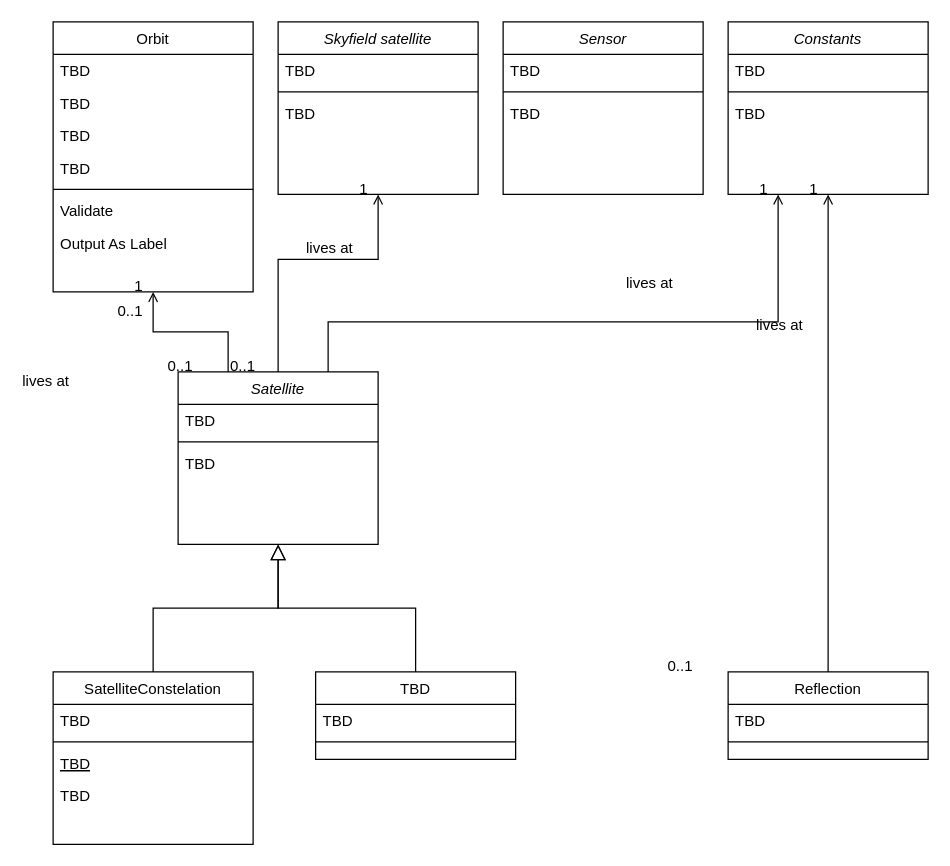
NTNU-SmallSat-Lab/GNSS_R_System_Simulator keeps this draw.io diagram as SoftwarArch.drawio. Above is the earlier version. Source tidied: cells renumbered, new cells numbered last; positions are measured from the earlier drawing's top-left corner, leaving out a move shared by most shapes. Both pictures are drawn from the tidied source at 125%, with x=0, y=0 at pixel (52, 21).
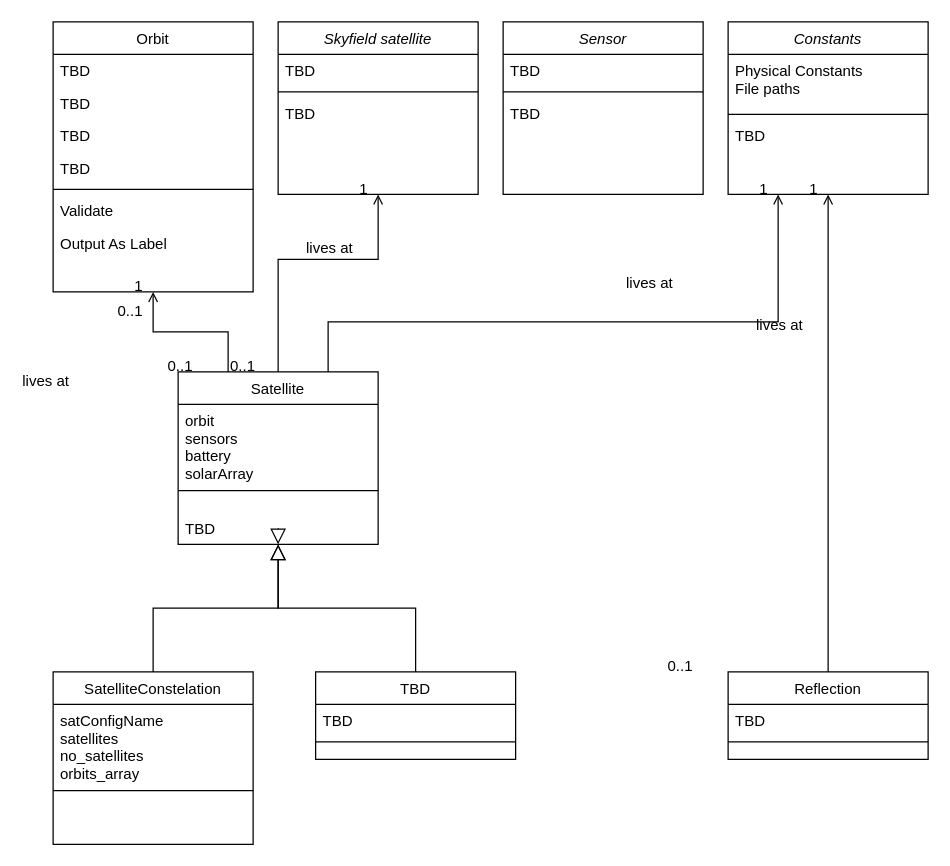
Above is the later version.

Unchanged cells that the change refers to:
```xml
<mxCell id="6" value="SatelliteConstelation" style="swimlane;fontStyle=0;align=center;verticalAlign=top;horizontal=1;startSize=26;rounded=0;shadow=0;strokeWidth=1;" parent="1" vertex="1">
  <mxGeometry y="520" width="160" height="138" as="geometry" />
</mxCell>
<mxCell id="12" value="TBD" style="swimlane;fontStyle=0;align=center;verticalAlign=top;horizontal=1;startSize=26;rounded=0;shadow=0;strokeWidth=1;" parent="1" vertex="1">
  <mxGeometry x="210" y="520" width="160" height="70" as="geometry" />
</mxCell>
<mxCell id="35" value="Constants" style="swimlane;fontStyle=2;align=center;verticalAlign=top;horizontal=1;startSize=26;rounded=0;shadow=0;strokeWidth=1;" parent="1" vertex="1">
  <mxGeometry x="540" width="160" height="138" as="geometry" />
</mxCell>
```

Change to the diagram source:
```diff
@@
-    <mxCell id="2" value="Satellite" style="swimlane;fontStyle=2;align=center;verticalAlign=top;horizontal=1;startSize=26;rounded=0;shadow=0;strokeWidth=1;" parent="1" vertex="1">
+    <mxCell id="2" value="Satellite" style="swimlane;fontStyle=0;align=center;verticalAlign=top;horizontal=1;startSize=26;rounded=0;shadow=0;strokeWidth=1;" parent="1" vertex="1">
       <mxGeometry x="100" y="280" width="160" height="138" as="geometry" />
     </mxCell>
-    <mxCell id="3" value="TBD" style="text;align=left;verticalAlign=top;spacingLeft=4;spacingRight=4;overflow=hidden;" parent="2" vertex="1">
-      <mxGeometry y="26" width="160" height="26" as="geometry" />
+    <mxCell id="3" value="orbit&#10;sensors&#10;battery&#10;solarArray" style="text;align=left;verticalAlign=top;spacingLeft=4;spacingRight=4;overflow=hidden;" parent="2" vertex="1">
+      <mxGeometry y="26" width="160" height="64" as="geometry" />
     </mxCell>
     <mxCell id="4" style="line;html=1;strokeWidth=1;align=left;verticalAlign=middle;spacingTop=-1;spacingLeft=3;spacingRight=3;labelPosition=right;" parent="2" vertex="1">
-      <mxGeometry y="52" width="160" height="8" as="geometry" />
+      <mxGeometry y="90" width="160" height="10" as="geometry" />
     </mxCell>
-    <mxCell id="5" value="TBD" style="text;align=left;verticalAlign=top;spacingLeft=4;spacingRight=4;overflow=hidden;points=[[0,0.5],[1,0.5]];portConstraint=eastwest;" parent="2" vertex="1">
-      <mxGeometry y="60" width="160" height="26" as="geometry" />
-    </mxCell>
@@
-    <mxCell id="7" value="TBD" style="text;align=left;verticalAlign=top;spacingLeft=4;spacingRight=4;overflow=hidden;rounded=0;shadow=0;html=0;" parent="6" vertex="1">
-      <mxGeometry y="26" width="160" height="26" as="geometry" />
+    <mxCell id="7" value="satConfigName&#10;satellites&#10;no_satellites&#10;orbits_array&#10;" style="text;align=left;verticalAlign=top;spacingLeft=4;spacingRight=4;overflow=hidden;rounded=0;shadow=0;html=0;" parent="6" vertex="1">
+      <mxGeometry y="26" width="160" height="64" as="geometry" />
     </mxCell>
     <mxCell id="8" style="line;html=1;strokeWidth=1;align=left;verticalAlign=middle;spacingTop=-1;spacingLeft=3;spacingRight=3;labelPosition=right;" parent="6" vertex="1">
-      <mxGeometry y="52" width="160" height="8" as="geometry" />
+      <mxGeometry y="90" width="160" height="10" as="geometry" />
     </mxCell>
-    <mxCell id="9" value="TBD" style="text;align=left;verticalAlign=top;spacingLeft=4;spacingRight=4;overflow=hidden;fontStyle=4;" parent="6" vertex="1">
-      <mxGeometry y="60" width="160" height="26" as="geometry" />
-    </mxCell>
-    <mxCell id="10" value="TBD" style="text;align=left;verticalAlign=top;spacingLeft=4;spacingRight=4;overflow=hidden;" parent="6" vertex="1">
-      <mxGeometry y="86" width="160" height="26" as="geometry" />
-    </mxCell>
@@
-    <mxCell id="15" style="endArrow=block;endSize=10;endFill=0;shadow=0;strokeWidth=1;rounded=0;curved=0;edgeStyle=elbowEdgeStyle;elbow=vertical;" parent="1" edge="1" source="12" target="2">
+    <mxCell id="15" style="endArrow=block;endSize=10;endFill=0;shadow=0;strokeWidth=1;rounded=0;curved=0;edgeStyle=elbowEdgeStyle;elbow=vertical;" parent="1" edge="1" source="5" target="2">
       <mxGeometry relative="1" as="geometry" />
     </mxCell>
@@
-    <mxCell id="36" value="TBD" style="text;align=left;verticalAlign=top;spacingLeft=4;spacingRight=4;overflow=hidden;" parent="35" vertex="1">
-      <mxGeometry y="26" width="160" height="26" as="geometry" />
+    <mxCell id="36" value="Physical Constants &#10;File paths" style="text;align=left;verticalAlign=top;spacingLeft=4;spacingRight=4;overflow=hidden;" parent="35" vertex="1">
+      <mxGeometry y="26" width="160" height="44" as="geometry" />
     </mxCell>
     <mxCell id="37" style="line;html=1;strokeWidth=1;align=left;verticalAlign=middle;spacingTop=-1;spacingLeft=3;spacingRight=3;labelPosition=right;" parent="35" vertex="1">
-      <mxGeometry y="52" width="160" height="8" as="geometry" />
+      <mxGeometry y="70" width="160" height="8" as="geometry" />
     </mxCell>
     <mxCell id="38" value="TBD" style="text;align=left;verticalAlign=top;spacingLeft=4;spacingRight=4;overflow=hidden;" parent="35" vertex="1">
-      <mxGeometry y="60" width="160" height="26" as="geometry" />
+      <mxGeometry y="78" width="160" height="26" as="geometry" />
     </mxCell>
@@
+    <mxCell id="55" style="endArrow=block;endSize=10;endFill=0;shadow=0;strokeWidth=1;rounded=0;curved=0;edgeStyle=elbowEdgeStyle;elbow=vertical;" parent="1" edge="1" source="12" target="5">
+      <mxGeometry relative="1" as="geometry" />
+    </mxCell>
+    <mxCell id="5" value="TBD" style="text;align=left;verticalAlign=top;spacingLeft=4;spacingRight=4;overflow=hidden;points=[[0,0.5],[1,0.5]];portConstraint=eastwest;" parent="1" vertex="1">
+      <mxGeometry x="100" y="392" width="160" height="26" as="geometry" />
+    </mxCell>
```
